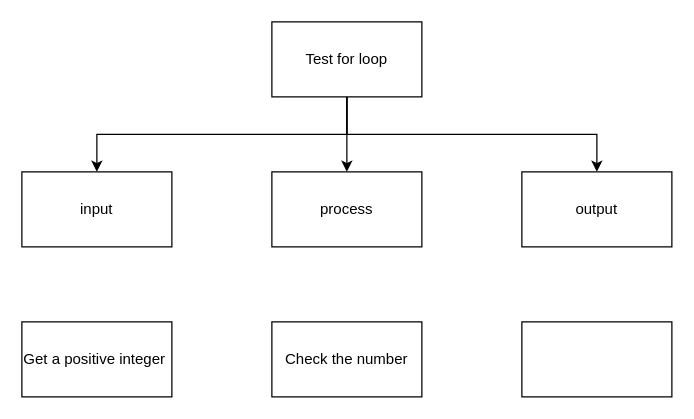
This is Top-Down.drawio from huihangisaac-ho/ICS3U-Unit4-03-Python, a draw.io file, before an edit. Source tidied: cells renumbered, new cells numbered last; positions are measured from the earlier drawing's top-left corner, leaving out a move shared by most shapes. Both pictures are drawn from the tidied source at 125%, with x=0, y=0 at pixel (21, 21).
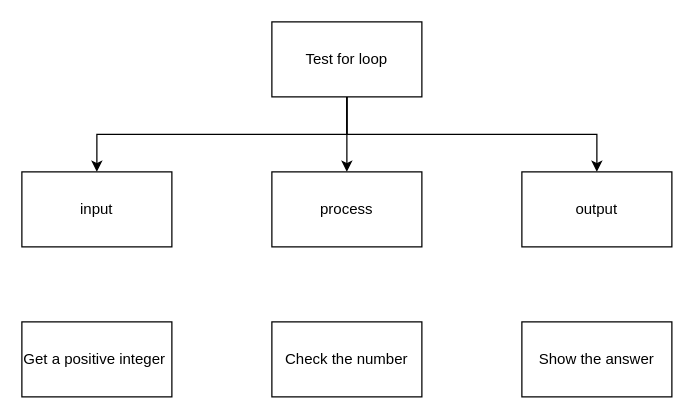
After the change.

The edit, as a diff of the source:
```diff
@@
 <mxGraphModel>
   <root>
     <mxCell id="0" />
     <mxCell id="1" parent="0" />
     <mxCell id="2" style="edgeStyle=orthogonalEdgeStyle;html=1;exitX=0.5;exitY=1;exitDx=0;exitDy=0;entryX=0.5;entryY=0;entryDx=0;entryDy=0;rounded=0;" parent="1" edge="1" source="5" target="6">
       <mxGeometry relative="1" as="geometry" />
     </mxCell>
     <mxCell id="3" style="edgeStyle=orthogonalEdgeStyle;rounded=0;html=1;exitX=0.5;exitY=1;exitDx=0;exitDy=0;entryX=0.5;entryY=0;entryDx=0;entryDy=0;" parent="1" edge="1" source="5" target="7">
       <mxGeometry relative="1" as="geometry" />
     </mxCell>
     <mxCell id="4" style="edgeStyle=orthogonalEdgeStyle;rounded=0;html=1;exitX=0.5;exitY=1;exitDx=0;exitDy=0;entryX=0.5;entryY=0;entryDx=0;entryDy=0;" parent="1" edge="1" source="5" target="8">
       <mxGeometry relative="1" as="geometry" />
     </mxCell>
     <mxCell id="5" value="Test for loop" style="rounded=0;whiteSpace=wrap;html=1;" parent="1" vertex="1">
       <mxGeometry x="200" width="120" height="60" as="geometry" />
     </mxCell>
     <mxCell id="6" value="input" style="rounded=0;whiteSpace=wrap;html=1;" parent="1" vertex="1">
       <mxGeometry y="120" width="120" height="60" as="geometry" />
     </mxCell>
     <mxCell id="7" value="process" style="rounded=0;whiteSpace=wrap;html=1;" parent="1" vertex="1">
       <mxGeometry x="200" y="120" width="120" height="60" as="geometry" />
     </mxCell>
     <mxCell id="8" value="output" style="rounded=0;whiteSpace=wrap;html=1;" parent="1" vertex="1">
       <mxGeometry x="400" y="120" width="120" height="60" as="geometry" />
     </mxCell>
     <mxCell id="9" value="Get a positive integer&amp;nbsp;" style="rounded=0;whiteSpace=wrap;html=1;" parent="1" vertex="1">
       <mxGeometry y="240" width="120" height="60" as="geometry" />
     </mxCell>
     <mxCell id="10" value="Check the number" style="rounded=0;whiteSpace=wrap;html=1;" parent="1" vertex="1">
       <mxGeometry x="200" y="240" width="120" height="60" as="geometry" />
     </mxCell>
-    <mxCell id="11" style="rounded=0;whiteSpace=wrap;html=1;" parent="1" vertex="1">
+    <mxCell id="11" value="Show the answer" style="rounded=0;whiteSpace=wrap;html=1;" parent="1" vertex="1">
       <mxGeometry x="400" y="240" width="120" height="60" as="geometry" />
     </mxCell>
   </root>
 </mxGraphModel>
```
